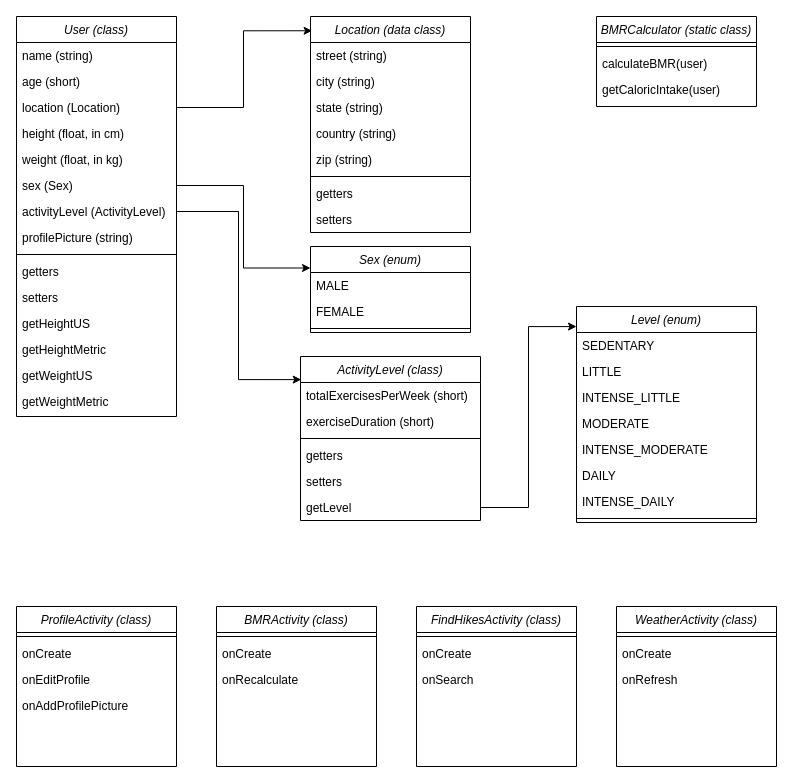
The draw.io diagram Class_Diagram.drawio in CamoKnight117/MobileAppDev, before the edit. Source tidied: cells renumbered, new cells numbered last; positions are measured from the earlier drawing's top-left corner, leaving out a move shared by most shapes. Both pictures are drawn from the tidied source at 100%, with x=0, y=0 at pixel (16, 16).
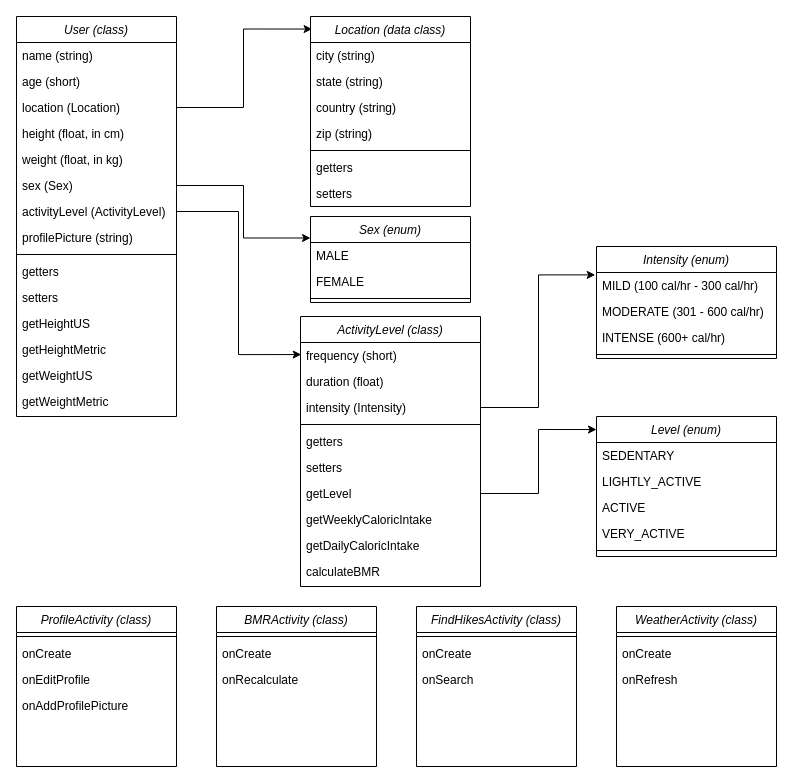
After the change.

The edit, as a diff of the source:
```diff
@@
     <mxCell id="18" value="Sex (enum)" style="swimlane;fontStyle=2;align=center;verticalAlign=top;horizontal=1;startSize=26;rounded=0;shadow=0;strokeWidth=1;" parent="1" vertex="1">
-      <mxGeometry x="294" y="230" width="160" height="86" as="geometry" />
+      <mxGeometry x="294" y="200" width="160" height="86" as="geometry" />
     </mxCell>
@@
     <mxCell id="23" value="Location (data class)" style="swimlane;fontStyle=2;align=center;verticalAlign=top;horizontal=1;startSize=26;rounded=0;shadow=0;strokeWidth=1;" parent="1" vertex="1">
-      <mxGeometry x="294" width="160" height="216" as="geometry" />
+      <mxGeometry x="294" width="160" height="190" as="geometry" />
     </mxCell>
-    <mxCell id="24" value="street (string)" style="text;align=left;verticalAlign=top;spacingLeft=4;spacingRight=4;overflow=hidden;" parent="23" vertex="1">
-      <mxGeometry y="26" width="160" height="26" as="geometry" />
-    </mxCell>
     <mxCell id="25" value="city (string)" style="text;align=left;verticalAlign=top;spacingLeft=4;spacingRight=4;overflow=hidden;rounded=0;shadow=0;html=0;" parent="23" vertex="1">
-      <mxGeometry y="52" width="160" height="26" as="geometry" />
+      <mxGeometry y="26" width="160" height="26" as="geometry" />
     </mxCell>
     <mxCell id="26" value="state (string)" style="text;align=left;verticalAlign=top;spacingLeft=4;spacingRight=4;overflow=hidden;rounded=0;shadow=0;html=0;" parent="23" vertex="1">
-      <mxGeometry y="78" width="160" height="26" as="geometry" />
+      <mxGeometry y="52" width="160" height="26" as="geometry" />
     </mxCell>
     <mxCell id="27" value="country (string)" style="text;align=left;verticalAlign=top;spacingLeft=4;spacingRight=4;overflow=hidden;rounded=0;shadow=0;html=0;" parent="23" vertex="1">
-      <mxGeometry y="104" width="160" height="26" as="geometry" />
+      <mxGeometry y="78" width="160" height="26" as="geometry" />
     </mxCell>
     <mxCell id="28" value="zip (string)" style="text;align=left;verticalAlign=top;spacingLeft=4;spacingRight=4;overflow=hidden;rounded=0;shadow=0;html=0;" parent="23" vertex="1">
-      <mxGeometry y="130" width="160" height="26" as="geometry" />
+      <mxGeometry y="104" width="160" height="26" as="geometry" />
     </mxCell>
     <mxCell id="29" style="line;html=1;strokeWidth=1;align=left;verticalAlign=middle;spacingTop=-1;spacingLeft=3;spacingRight=3;labelPosition=right;" parent="23" vertex="1">
-      <mxGeometry y="156" width="160" height="8" as="geometry" />
+      <mxGeometry y="130" width="160" height="8" as="geometry" />
     </mxCell>
     <mxCell id="30" value="getters" style="text;align=left;verticalAlign=top;spacingLeft=4;spacingRight=4;overflow=hidden;rounded=0;shadow=0;html=0;" parent="23" vertex="1">
-      <mxGeometry y="164" width="160" height="26" as="geometry" />
+      <mxGeometry y="138" width="160" height="26" as="geometry" />
     </mxCell>
     <mxCell id="31" value="setters" style="text;align=left;verticalAlign=top;spacingLeft=4;spacingRight=4;overflow=hidden;rounded=0;shadow=0;html=0;" parent="23" vertex="1">
-      <mxGeometry y="190" width="160" height="26" as="geometry" />
+      <mxGeometry y="164" width="160" height="26" as="geometry" />
     </mxCell>
@@
-    <mxCell id="33" value="BMRCalculator (static class)" style="swimlane;fontStyle=2;align=center;verticalAlign=top;horizontal=1;startSize=26;rounded=0;shadow=0;strokeWidth=1;" parent="1" vertex="1">
-      <mxGeometry x="580" width="160" height="90" as="geometry" />
-    </mxCell>
-    <mxCell id="34" style="line;html=1;strokeWidth=1;align=left;verticalAlign=middle;spacingTop=-1;spacingLeft=3;spacingRight=3;labelPosition=right;" parent="33" vertex="1">
-      <mxGeometry y="26" width="160" height="8" as="geometry" />
-    </mxCell>
-    <mxCell id="35" value="calculateBMR(user)" style="text;align=left;verticalAlign=top;spacingLeft=4;spacingRight=4;overflow=hidden;" parent="33" vertex="1">
-      <mxGeometry y="34" width="160" height="26" as="geometry" />
-    </mxCell>
-    <mxCell id="36" value="getCaloricIntake(user)" style="text;align=left;verticalAlign=top;spacingLeft=4;spacingRight=4;overflow=hidden;" parent="33" vertex="1">
-      <mxGeometry y="60" width="160" height="26" as="geometry" />
-    </mxCell>
     <mxCell id="37" value="ActivityLevel (class)" style="swimlane;fontStyle=2;align=center;verticalAlign=top;horizontal=1;startSize=26;rounded=0;shadow=0;strokeWidth=1;" parent="1" vertex="1">
-      <mxGeometry x="284" y="340" width="180" height="164" as="geometry" />
+      <mxGeometry x="284" y="300" width="180" height="270" as="geometry" />
     </mxCell>
-    <mxCell id="38" value="totalExercisesPerWeek (short)" style="text;align=left;verticalAlign=top;spacingLeft=4;spacingRight=4;overflow=hidden;" parent="37" vertex="1">
+    <mxCell id="38" value="frequency (short) " style="text;align=left;verticalAlign=top;spacingLeft=4;spacingRight=4;overflow=hidden;" parent="37" vertex="1">
       <mxGeometry y="26" width="180" height="26" as="geometry" />
     </mxCell>
-    <mxCell id="39" value="exerciseDuration (short)" style="text;align=left;verticalAlign=top;spacingLeft=4;spacingRight=4;overflow=hidden;rounded=0;shadow=0;html=0;" parent="37" vertex="1">
+    <mxCell id="39" value="duration (float)" style="text;align=left;verticalAlign=top;spacingLeft=4;spacingRight=4;overflow=hidden;rounded=0;shadow=0;html=0;" parent="37" vertex="1">
       <mxGeometry y="52" width="180" height="26" as="geometry" />
     </mxCell>
+    <mxCell id="72" value="intensity (Intensity)" style="text;align=left;verticalAlign=top;spacingLeft=4;spacingRight=4;overflow=hidden;points=[[0,0.5],[1,0.5]];portConstraint=eastwest;rounded=0;shadow=0;html=0;" parent="37" vertex="1">
+      <mxGeometry y="78" width="180" height="26" as="geometry" />
+    </mxCell>
     <mxCell id="40" style="line;html=1;strokeWidth=1;align=left;verticalAlign=middle;spacingTop=-1;spacingLeft=3;spacingRight=3;labelPosition=right;" parent="37" vertex="1">
-      <mxGeometry y="78" width="180" height="8" as="geometry" />
+      <mxGeometry y="104" width="180" height="8" as="geometry" />
     </mxCell>
     <mxCell id="41" value="getters" style="text;align=left;verticalAlign=top;spacingLeft=4;spacingRight=4;overflow=hidden;rounded=0;shadow=0;html=0;" parent="37" vertex="1">
-      <mxGeometry y="86" width="180" height="26" as="geometry" />
+      <mxGeometry y="112" width="180" height="26" as="geometry" />
     </mxCell>
     <mxCell id="42" value="setters" style="text;align=left;verticalAlign=top;spacingLeft=4;spacingRight=4;overflow=hidden;rounded=0;shadow=0;html=0;" parent="37" vertex="1">
-      <mxGeometry y="112" width="180" height="26" as="geometry" />
+      <mxGeometry y="138" width="180" height="26" as="geometry" />
     </mxCell>
     <mxCell id="43" value="getLevel" style="text;align=left;verticalAlign=top;spacingLeft=4;spacingRight=4;overflow=hidden;points=[[0,0.5],[1,0.5]];portConstraint=eastwest;rounded=0;shadow=0;html=0;" parent="37" vertex="1">
-      <mxGeometry y="138" width="180" height="26" as="geometry" />
+      <mxGeometry y="164" width="180" height="26" as="geometry" />
     </mxCell>
+    <mxCell id="73" value="getWeeklyCaloricIntake" style="text;align=left;verticalAlign=top;spacingLeft=4;spacingRight=4;overflow=hidden;rounded=0;shadow=0;html=0;" parent="37" vertex="1">
+      <mxGeometry y="190" width="180" height="26" as="geometry" />
+    </mxCell>
+    <mxCell id="74" value="getDailyCaloricIntake" style="text;align=left;verticalAlign=top;spacingLeft=4;spacingRight=4;overflow=hidden;rounded=0;shadow=0;html=0;" parent="37" vertex="1">
+      <mxGeometry y="216" width="180" height="26" as="geometry" />
+    </mxCell>
+    <mxCell id="75" value="calculateBMR" style="text;align=left;verticalAlign=top;spacingLeft=4;spacingRight=4;overflow=hidden;rounded=0;shadow=0;html=0;" parent="37" vertex="1">
+      <mxGeometry y="242" width="180" height="26" as="geometry" />
+    </mxCell>
@@
     <mxCell id="62" value="Level (enum)" style="swimlane;fontStyle=2;align=center;verticalAlign=top;horizontal=1;startSize=26;rounded=0;shadow=0;strokeWidth=1;" parent="1" vertex="1">
-      <mxGeometry x="560" y="290" width="180" height="216" as="geometry" />
+      <mxGeometry x="580" y="400" width="180" height="140" as="geometry" />
     </mxCell>
@@
-    <mxCell id="64" value="LITTLE" style="text;align=left;verticalAlign=top;spacingLeft=4;spacingRight=4;overflow=hidden;" parent="62" vertex="1">
+    <mxCell id="64" value="LIGHTLY_ACTIVE" style="text;align=left;verticalAlign=top;spacingLeft=4;spacingRight=4;overflow=hidden;" parent="62" vertex="1">
       <mxGeometry y="52" width="180" height="26" as="geometry" />
     </mxCell>
-    <mxCell id="65" value="INTENSE_LITTLE" style="text;align=left;verticalAlign=top;spacingLeft=4;spacingRight=4;overflow=hidden;" parent="62" vertex="1">
+    <mxCell id="65" value="ACTIVE" style="text;align=left;verticalAlign=top;spacingLeft=4;spacingRight=4;overflow=hidden;" parent="62" vertex="1">
       <mxGeometry y="78" width="180" height="26" as="geometry" />
     </mxCell>
-    <mxCell id="66" value="MODERATE" style="text;align=left;verticalAlign=top;spacingLeft=4;spacingRight=4;overflow=hidden;" parent="62" vertex="1">
+    <mxCell id="66" value="VERY_ACTIVE" style="text;align=left;verticalAlign=top;spacingLeft=4;spacingRight=4;overflow=hidden;" parent="62" vertex="1">
       <mxGeometry y="104" width="180" height="26" as="geometry" />
     </mxCell>
-    <mxCell id="67" value="INTENSE_MODERATE" style="text;align=left;verticalAlign=top;spacingLeft=4;spacingRight=4;overflow=hidden;" parent="62" vertex="1">
-      <mxGeometry y="130" width="180" height="26" as="geometry" />
-    </mxCell>
-    <mxCell id="68" value="DAILY" style="text;align=left;verticalAlign=top;spacingLeft=4;spacingRight=4;overflow=hidden;rounded=0;shadow=0;html=0;" parent="62" vertex="1">
-      <mxGeometry y="156" width="180" height="26" as="geometry" />
-    </mxCell>
-    <mxCell id="69" value="INTENSE_DAILY" style="text;align=left;verticalAlign=top;spacingLeft=4;spacingRight=4;overflow=hidden;rounded=0;shadow=0;html=0;" parent="62" vertex="1">
-      <mxGeometry y="182" width="180" height="26" as="geometry" />
-    </mxCell>
     <mxCell id="70" style="line;html=1;strokeWidth=1;align=left;verticalAlign=middle;spacingTop=-1;spacingLeft=3;spacingRight=3;labelPosition=right;" parent="62" vertex="1">
-      <mxGeometry y="208" width="180" height="8" as="geometry" />
+      <mxGeometry y="130" width="180" height="8" as="geometry" />
     </mxCell>
@@
+    <mxCell id="76" value="Intensity (enum)" style="swimlane;fontStyle=2;align=center;verticalAlign=top;horizontal=1;startSize=26;rounded=0;shadow=0;strokeWidth=1;" parent="1" vertex="1">
+      <mxGeometry x="580" y="230" width="180" height="112" as="geometry" />
+    </mxCell>
+    <mxCell id="77" value="MILD (100 cal/hr - 300 cal/hr)" style="text;align=left;verticalAlign=top;spacingLeft=4;spacingRight=4;overflow=hidden;points=[[0,0.5],[1,0.5]];portConstraint=eastwest;" parent="76" vertex="1">
+      <mxGeometry y="26" width="180" height="26" as="geometry" />
+    </mxCell>
+    <mxCell id="78" value="MODERATE (301 - 600 cal/hr)" style="text;align=left;verticalAlign=top;spacingLeft=4;spacingRight=4;overflow=hidden;" parent="76" vertex="1">
+      <mxGeometry y="52" width="180" height="26" as="geometry" />
+    </mxCell>
+    <mxCell id="79" value="INTENSE (600+ cal/hr)" style="text;align=left;verticalAlign=top;spacingLeft=4;spacingRight=4;overflow=hidden;" parent="76" vertex="1">
+      <mxGeometry y="78" width="180" height="26" as="geometry" />
+    </mxCell>
+    <mxCell id="80" style="line;html=1;strokeWidth=1;align=left;verticalAlign=middle;spacingTop=-1;spacingLeft=3;spacingRight=3;labelPosition=right;" parent="76" vertex="1">
+      <mxGeometry y="104" width="180" height="8" as="geometry" />
+    </mxCell>
+    <mxCell id="81" style="edgeStyle=orthogonalEdgeStyle;rounded=0;jettySize=auto;html=1;exitX=1;exitY=0.5;exitDx=0;exitDy=0;entryX=-0.007;entryY=0.092;entryDx=0;entryDy=0;entryPerimeter=0;" parent="1" edge="1" source="72" target="77">
+      <mxGeometry relative="1" as="geometry" />
+    </mxCell>
```
